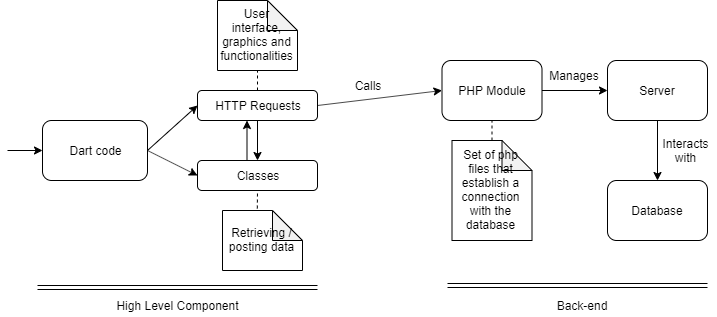
Before: requirements/ArchitectureDiagram.png, a diagram exported from draw.io (softeng-feup/open-cx-sirconference). Source tidied: cells renumbered, new cells last; positions are measured from the earlier drawing's top-left corner, leaving out a move shared by most shapes.
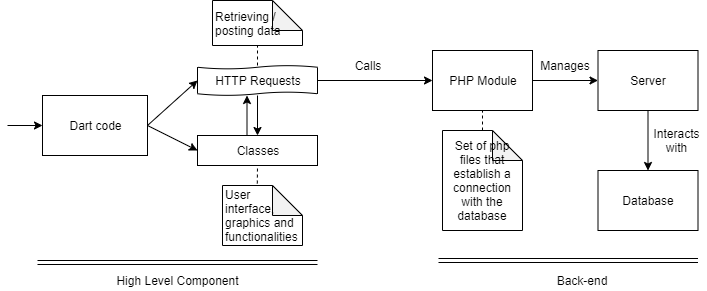
Above is the later version.

Commit message:
Updated components diagram

Change to the diagram source:
```diff
@@ -2,120 +2,128 @@
   <root>
     <mxCell id="0" />
     <mxCell id="1" parent="0" />
+    <mxCell id="36" style="shape=tape;whiteSpace=wrap;html=1;size=0.11666717529296874;" parent="1" vertex="1">
+      <mxGeometry x="190" y="90" width="120" height="30" as="geometry" />
+    </mxCell>
     <mxCell id="2" value="High Level Component" style="text;html=1;strokeColor=none;fillColor=none;align=center;verticalAlign=middle;whiteSpace=wrap;rounded=0;" parent="1" vertex="1">
       <mxGeometry x="10" y="295" width="320" height="20" as="geometry" />
     </mxCell>
     <mxCell id="3" value="Back-end" style="text;html=1;strokeColor=none;fillColor=none;align=center;verticalAlign=middle;whiteSpace=wrap;rounded=0;" parent="1" vertex="1">
       <mxGeometry x="534.5" y="295" width="80" height="20" as="geometry" />
     </mxCell>
-    <mxCell id="4" style="rounded=1;whiteSpace=wrap;html=1;" parent="1" vertex="1">
-      <mxGeometry x="600" y="60" width="100" height="60" as="geometry" />
-    </mxCell>
-    <mxCell id="5" style="rounded=1;whiteSpace=wrap;html=1;" parent="1" vertex="1">
-      <mxGeometry x="600" y="180" width="100" height="60" as="geometry" />
-    </mxCell>
+    <mxCell id="37" style="rounded=0;whiteSpace=wrap;html=1;" parent="1" vertex="1">
+      <mxGeometry x="590.5" y="75" width="100" height="60" as="geometry" />
+    </mxCell>
+    <mxCell id="38" style="rounded=0;whiteSpace=wrap;html=1;" parent="1" vertex="1">
+      <mxGeometry x="590.5" y="195" width="100" height="60" as="geometry" />
+    </mxCell>
     <mxCell id="6" value="Server" style="text;html=1;strokeColor=none;fillColor=none;align=center;verticalAlign=middle;whiteSpace=wrap;rounded=0;" parent="1" vertex="1">
-      <mxGeometry x="630" y="80" width="40" height="20" as="geometry" />
+      <mxGeometry x="620.5" y="95" width="40" height="20" as="geometry" />
     </mxCell>
     <mxCell id="7" value="Database" style="text;html=1;strokeColor=none;fillColor=none;align=center;verticalAlign=middle;whiteSpace=wrap;rounded=0;" parent="1" vertex="1">
-      <mxGeometry x="630" y="200" width="40" height="20" as="geometry" />
+      <mxGeometry x="620.5" y="215" width="40" height="20" as="geometry" />
     </mxCell>
-    <mxCell id="8" style="endArrow=classic;html=1;exitX=1;exitY=0.5;exitDx=0;exitDy=0;" parent="1" edge="1" source="5">
-      <mxGeometry relative="1" as="geometry">
-        <mxPoint x="700" y="210" as="targetPoint" />
-      </mxGeometry>
-    </mxCell>
-    <mxCell id="9" style="rounded=1;whiteSpace=wrap;html=1;" parent="1" vertex="1">
-      <mxGeometry x="35" y="120" width="105" height="60" as="geometry" />
-    </mxCell>
+    <mxCell id="39" style="endArrow=classic;html=1;exitX=1;exitY=0.5;exitDx=0;exitDy=0;" parent="1" edge="1" source="38">
+      <mxGeometry relative="1" as="geometry">
+        <mxPoint x="690.5" y="225" as="targetPoint" />
+      </mxGeometry>
+    </mxCell>
+    <mxCell id="40" style="rounded=0;whiteSpace=wrap;html=1;" parent="1" vertex="1">
+      <mxGeometry x="35" y="120" width="105" height="60" as="geometry" />
+    </mxCell>
     <mxCell id="10" value="Dart code" style="text;html=1;strokeColor=none;fillColor=none;align=center;verticalAlign=middle;whiteSpace=wrap;rounded=0;" parent="1" vertex="1">
       <mxGeometry x="22.5" y="140" width="130" height="20" as="geometry" />
     </mxCell>
-    <mxCell id="11" style="rounded=1;whiteSpace=wrap;html=1;" parent="1" vertex="1">
-      <mxGeometry x="434.5" y="60" width="100" height="60" as="geometry" />
-    </mxCell>
+    <mxCell id="41" style="rounded=0;whiteSpace=wrap;html=1;" parent="1" vertex="1">
+      <mxGeometry x="425" y="75" width="100" height="60" as="geometry" />
+    </mxCell>
     <mxCell id="12" value="PHP Module" style="text;html=1;strokeColor=none;fillColor=none;align=center;verticalAlign=middle;whiteSpace=wrap;rounded=0;" parent="1" vertex="1">
-      <mxGeometry x="429.5" y="80" width="110" height="20" as="geometry" />
+      <mxGeometry x="420" y="95" width="110" height="20" as="geometry" />
     </mxCell>
     <mxCell id="13" value="Set of php files that establish a connection with the database" style="shape=note;whiteSpace=wrap;html=1;backgroundOutline=1;darkOpacity=0.05;" parent="1" vertex="1">
-      <mxGeometry x="444.5" y="140" width="80" height="100" as="geometry" />
+      <mxGeometry x="435" y="155" width="80" height="100" as="geometry" />
     </mxCell>
-    <mxCell id="14" style="endArrow=none;dashed=1;html=1;entryX=0.5;entryY=1;entryDx=0;entryDy=0;exitX=0.5;exitY=0;exitDx=0;exitDy=0;exitPerimeter=0;" parent="1" edge="1" source="13" target="11">
-      <mxGeometry relative="1" as="geometry" />
-    </mxCell>
-    <mxCell id="15" style="rounded=1;whiteSpace=wrap;html=1;" parent="1" vertex="1">
-      <mxGeometry x="190" y="160" width="120" height="30" as="geometry" />
-    </mxCell>
-    <mxCell id="16" style="rounded=1;whiteSpace=wrap;html=1;" parent="1" vertex="1">
-      <mxGeometry x="190" y="90" width="120" height="30" as="geometry" />
-    </mxCell>
+    <mxCell id="42" style="endArrow=none;dashed=1;html=1;entryX=0.5;entryY=1;entryDx=0;entryDy=0;exitX=0.5;exitY=0;exitDx=0;exitDy=0;exitPerimeter=0;" parent="1" edge="1" source="13" target="41">
+      <mxGeometry relative="1" as="geometry" />
+    </mxCell>
+    <mxCell id="43" style="rounded=0;whiteSpace=wrap;html=1;" parent="1" vertex="1">
+      <mxGeometry x="190" y="160" width="120" height="30" as="geometry" />
+    </mxCell>
     <mxCell id="17" value="HTTP Requests" style="text;html=1;strokeColor=none;fillColor=none;align=center;verticalAlign=middle;whiteSpace=wrap;rounded=0;" parent="1" vertex="1">
       <mxGeometry x="200" y="95" width="100" height="20" as="geometry" />
     </mxCell>
     <mxCell id="18" value="Classes" style="text;html=1;strokeColor=none;fillColor=none;align=center;verticalAlign=middle;whiteSpace=wrap;rounded=0;" parent="1" vertex="1">
       <mxGeometry x="230" y="165" width="40" height="20" as="geometry" />
     </mxCell>
+    <mxCell id="20" value="&lt;span style=&quot;white-space: normal&quot;&gt;Retrieving / posting data&lt;/span&gt;" style="shape=note;whiteSpace=wrap;html=1;backgroundOutline=1;darkOpacity=0.05;align=left;" parent="1" vertex="1">
+      <mxGeometry x="205" y="25" width="90" height="45" as="geometry" />
+    </mxCell>
-    <mxCell id="19" value="User interface, graphics and functionalities" style="shape=note;whiteSpace=wrap;html=1;backgroundOutline=1;darkOpacity=0.05;" parent="1" vertex="1">
-      <mxGeometry x="210" width="80" height="70" as="geometry" />
+    <mxCell id="19" value="&lt;span&gt;User interface, graphics and functionalities&lt;/span&gt;" style="shape=note;whiteSpace=wrap;html=1;backgroundOutline=1;darkOpacity=0.05;align=left;" parent="1" vertex="1">
+      <mxGeometry x="215" y="210" width="80" height="60" as="geometry" />
     </mxCell>
-    <mxCell id="20" value="Retrieving / posting data" style="shape=note;whiteSpace=wrap;html=1;backgroundOutline=1;darkOpacity=0.05;" parent="1" vertex="1">
-      <mxGeometry x="215" y="210" width="80" height="60" as="geometry" />
-    </mxCell>
-    <mxCell id="21" style="endArrow=none;dashed=1;html=1;entryX=0.5;entryY=1;entryDx=0;entryDy=0;entryPerimeter=0;exitX=0.5;exitY=0;exitDx=0;exitDy=0;" parent="1" edge="1" source="16" target="19">
-      <mxGeometry relative="1" as="geometry" />
-    </mxCell>
-    <mxCell id="22" style="endArrow=none;dashed=1;html=1;entryX=0.5;entryY=1;entryDx=0;entryDy=0;exitX=0.435;exitY=-0.033;exitDx=0;exitDy=0;exitPerimeter=0;" parent="1" edge="1" source="20" target="15">
-      <mxGeometry relative="1" as="geometry" />
-    </mxCell>
-    <mxCell id="23" style="endArrow=classic;html=1;exitX=0.5;exitY=1;exitDx=0;exitDy=0;entryX=0.5;entryY=0;entryDx=0;entryDy=0;" parent="1" edge="1" source="4" target="5">
-      <mxGeometry relative="1" as="geometry" />
-    </mxCell>
+    <mxCell id="44" style="endArrow=none;dashed=1;html=1;entryX=0.5;entryY=1;entryDx=0;entryDy=0;entryPerimeter=0;exitX=0.5;exitY=0;exitDx=0;exitDy=0;" parent="1" edge="1" target="20">
+      <mxGeometry relative="1" as="geometry">
+        <mxPoint x="250" y="90" as="sourcePoint" />
+      </mxGeometry>
+    </mxCell>
+    <mxCell id="45" style="endArrow=none;dashed=1;html=1;entryX=0.5;entryY=1;entryDx=0;entryDy=0;exitX=0.435;exitY=-0.033;exitDx=0;exitDy=0;exitPerimeter=0;" parent="1" edge="1" source="19" target="43">
+      <mxGeometry relative="1" as="geometry" />
+    </mxCell>
+    <mxCell id="46" style="endArrow=classic;html=1;exitX=0.5;exitY=1;exitDx=0;exitDy=0;entryX=0.5;entryY=0;entryDx=0;entryDy=0;" parent="1" edge="1" source="37" target="38">
+      <mxGeometry relative="1" as="geometry" />
+    </mxCell>
     <mxCell id="24" value="Interacts with" style="text;html=1;strokeColor=none;fillColor=none;align=center;verticalAlign=middle;whiteSpace=wrap;rounded=0;" parent="1" vertex="1">
-      <mxGeometry x="659" y="140" width="40" height="20" as="geometry" />
+      <mxGeometry x="649.5" y="155" width="40" height="20" as="geometry" />
     </mxCell>
-    <mxCell id="25" style="endArrow=classic;html=1;exitX=1;exitY=0.5;exitDx=0;exitDy=0;entryX=0;entryY=0.5;entryDx=0;entryDy=0;" parent="1" edge="1" target="9">
-      <mxGeometry relative="1" as="geometry">
-        <mxPoint y="150" as="sourcePoint" />
-      </mxGeometry>
-    </mxCell>
-    <mxCell id="26" style="endArrow=classic;html=1;exitX=1;exitY=0.5;exitDx=0;exitDy=0;entryX=0;entryY=0.5;entryDx=0;entryDy=0;" parent="1" edge="1" source="9" target="16">
-      <mxGeometry relative="1" as="geometry" />
-    </mxCell>
-    <mxCell id="27" style="endArrow=classic;html=1;entryX=0;entryY=0.5;entryDx=0;entryDy=0;exitX=1;exitY=0.5;exitDx=0;exitDy=0;" parent="1" edge="1" source="9" target="15">
-      <mxGeometry relative="1" as="geometry" />
-    </mxCell>
-    <mxCell id="28" style="endArrow=classic;html=1;entryX=0;entryY=0.5;entryDx=0;entryDy=0;exitX=1;exitY=0.5;exitDx=0;exitDy=0;" parent="1" edge="1" source="16" target="11">
-      <mxGeometry relative="1" as="geometry" />
-    </mxCell>
-    <mxCell id="29" style="endArrow=classic;html=1;entryX=0;entryY=0.5;entryDx=0;entryDy=0;exitX=1;exitY=0.5;exitDx=0;exitDy=0;" parent="1" edge="1" source="11" target="4">
-      <mxGeometry relative="1" as="geometry" />
-    </mxCell>
+    <mxCell id="47" style="endArrow=classic;html=1;exitX=1;exitY=0.5;exitDx=0;exitDy=0;entryX=0;entryY=0.5;entryDx=0;entryDy=0;" parent="1" edge="1" target="40">
+      <mxGeometry relative="1" as="geometry">
+        <mxPoint y="150" as="sourcePoint" />
+      </mxGeometry>
+    </mxCell>
+    <mxCell id="48" style="endArrow=classic;html=1;exitX=1;exitY=0.5;exitDx=0;exitDy=0;entryX=0;entryY=0.5;entryDx=0;entryDy=0;" parent="1" edge="1" source="40">
+      <mxGeometry relative="1" as="geometry">
+        <mxPoint x="190" y="105" as="targetPoint" />
+      </mxGeometry>
+    </mxCell>
+    <mxCell id="49" style="endArrow=classic;html=1;entryX=0;entryY=0.5;entryDx=0;entryDy=0;exitX=1;exitY=0.5;exitDx=0;exitDy=0;" parent="1" edge="1" source="40" target="43">
+      <mxGeometry relative="1" as="geometry" />
+    </mxCell>
+    <mxCell id="50" style="endArrow=classic;html=1;entryX=0;entryY=0.5;entryDx=0;entryDy=0;exitX=1;exitY=0.5;exitDx=0;exitDy=0;" parent="1" edge="1" target="41">
+      <mxGeometry relative="1" as="geometry">
+        <mxPoint x="310" y="105" as="sourcePoint" />
+      </mxGeometry>
+    </mxCell>
+    <mxCell id="51" style="endArrow=classic;html=1;entryX=0;entryY=0.5;entryDx=0;entryDy=0;exitX=1;exitY=0.5;exitDx=0;exitDy=0;" parent="1" edge="1" source="41" target="37">
+      <mxGeometry relative="1" as="geometry" />
+    </mxCell>
     <mxCell id="30" value="Calls" style="text;html=1;strokeColor=none;fillColor=none;align=center;verticalAlign=middle;whiteSpace=wrap;rounded=0;" parent="1" vertex="1">
-      <mxGeometry x="340" y="75" width="40" height="20" as="geometry" />
+      <mxGeometry x="340" y="80" width="40" height="20" as="geometry" />
     </mxCell>
     <mxCell id="31" value="Manages" style="text;html=1;strokeColor=none;fillColor=none;align=center;verticalAlign=middle;whiteSpace=wrap;rounded=0;" parent="1" vertex="1">
-      <mxGeometry x="547" y="65" width="40" height="20" as="geometry" />
+      <mxGeometry x="537.5" y="80" width="40" height="20" as="geometry" />
     </mxCell>
-    <mxCell id="32" style="shape=link;html=1;" parent="1" edge="1">
-      <mxGeometry relative="1" as="geometry">
-        <mxPoint x="30" y="287" as="sourcePoint" />
-        <mxPoint x="310" y="287" as="targetPoint" />
-      </mxGeometry>
-    </mxCell>
-    <mxCell id="33" style="shape=link;html=1;" parent="1" edge="1">
-      <mxGeometry relative="1" as="geometry">
-        <mxPoint x="440" y="285" as="sourcePoint" />
-        <mxPoint x="700" y="285" as="targetPoint" />
-      </mxGeometry>
-    </mxCell>
-    <mxCell id="34" style="endArrow=classic;html=1;" parent="1" edge="1">
-      <mxGeometry relative="1" as="geometry">
-        <mxPoint x="239.5" y="160" as="sourcePoint" />
-        <mxPoint x="239.5" y="120" as="targetPoint" />
-      </mxGeometry>
-    </mxCell>
-    <mxCell id="35" style="endArrow=classic;html=1;exitX=0.5;exitY=1;exitDx=0;exitDy=0;entryX=0.5;entryY=0;entryDx=0;entryDy=0;" parent="1" edge="1" source="16" target="15">
-      <mxGeometry relative="1" as="geometry" />
-    </mxCell>
+    <mxCell id="52" style="shape=link;html=1;" parent="1" edge="1">
+      <mxGeometry relative="1" as="geometry">
+        <mxPoint x="30" y="287" as="sourcePoint" />
+        <mxPoint x="310" y="287" as="targetPoint" />
+      </mxGeometry>
+    </mxCell>
+    <mxCell id="53" style="shape=link;html=1;" parent="1" edge="1">
+      <mxGeometry relative="1" as="geometry">
+        <mxPoint x="431" y="285" as="sourcePoint" />
+        <mxPoint x="690.5" y="285" as="targetPoint" />
+      </mxGeometry>
+    </mxCell>
+    <mxCell id="54" style="endArrow=classic;html=1;" parent="1" edge="1">
+      <mxGeometry relative="1" as="geometry">
+        <mxPoint x="239.5" y="160" as="sourcePoint" />
+        <mxPoint x="239.5" y="120" as="targetPoint" />
+      </mxGeometry>
+    </mxCell>
+    <mxCell id="55" style="endArrow=classic;html=1;exitX=0.5;exitY=1;exitDx=0;exitDy=0;entryX=0.5;entryY=0;entryDx=0;entryDy=0;" parent="1" edge="1" target="43">
+      <mxGeometry relative="1" as="geometry">
+        <mxPoint x="250" y="120" as="sourcePoint" />
+      </mxGeometry>
+    </mxCell>
   </root>
 </mxGraphModel>
```
